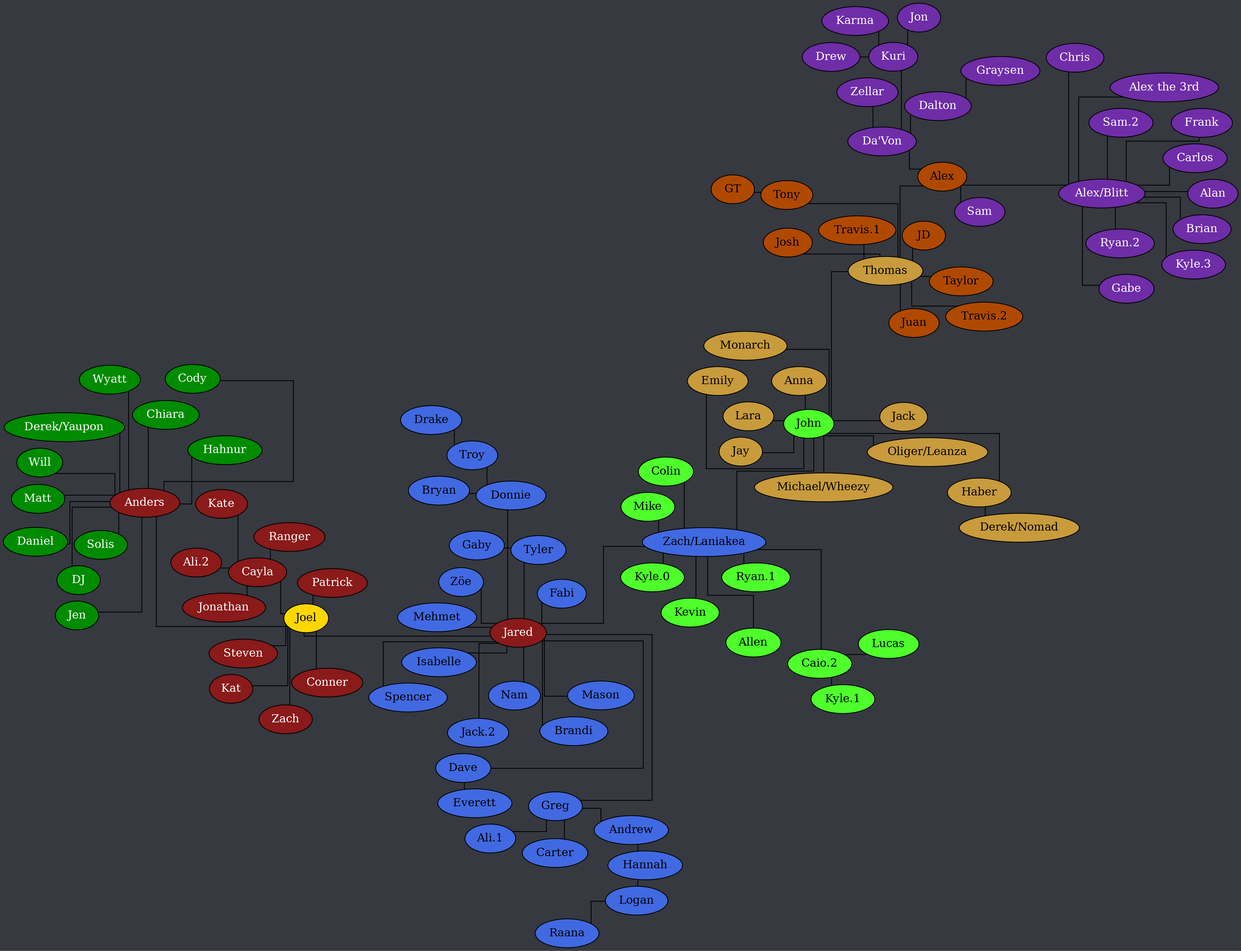
Earlier version of the Graphviz export tree.png (Documidas/CoronaCatzFamilyTree). Its source is kept beside it as tree.dot.
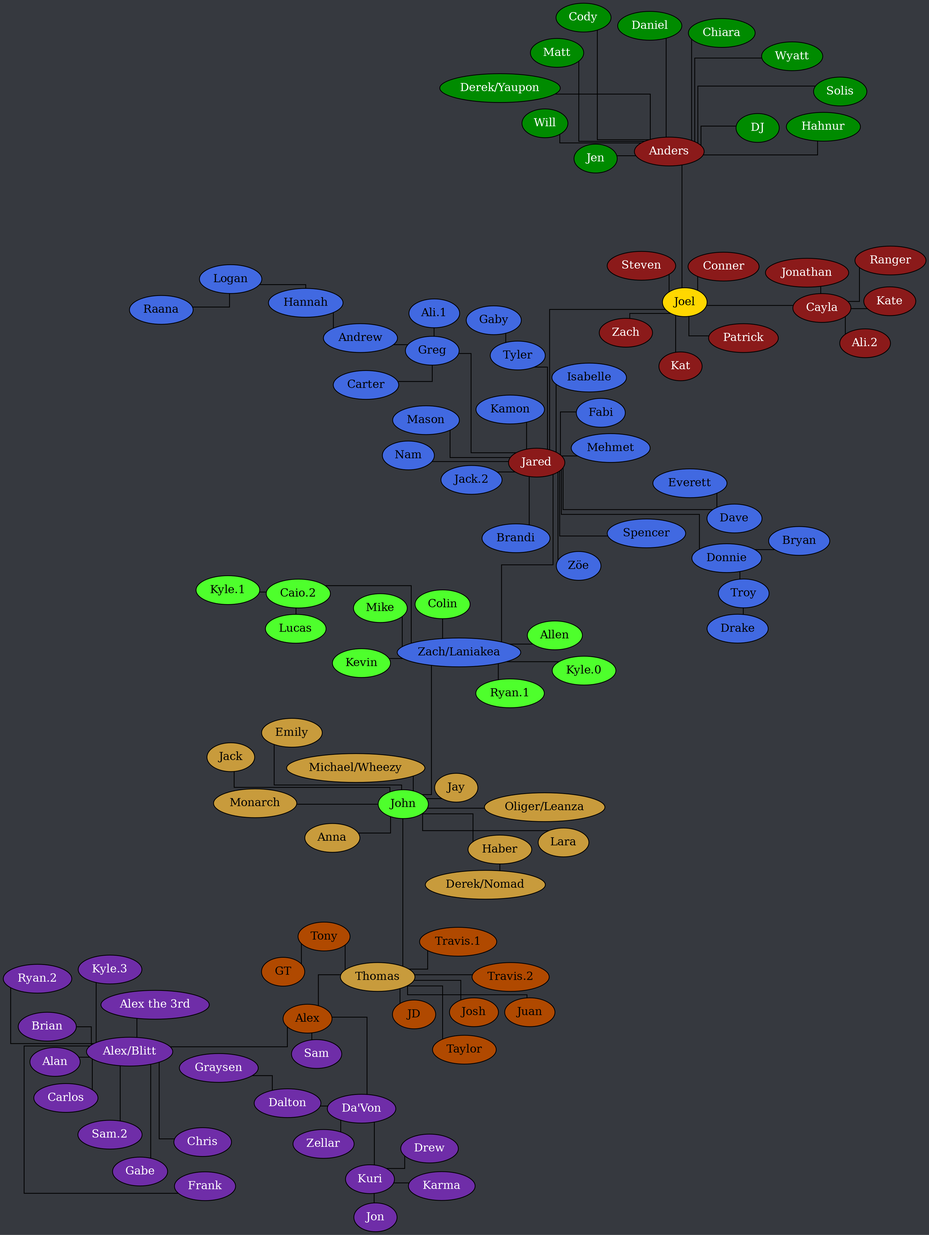
After the change.

Diff of the diagram source:
```diff
@@ -61,13 +61,14 @@
 		Jared -- Donnie;
 		Jared -- Fabi;
 		Jared -- "Jack.2";
-		Jared -- Tyler;
+		Jared -- Kamon;
 		Jared -- Greg;
 		Jared -- Isabelle;
 		Jared -- Mason;
 		Jared -- Mehmet;
 		Jared -- Nam;
 		Jared -- Spencer;
+		Jared -- Tyler;
 		Jared -- "Zach/Laniakea";
 		Jared -- "Zöe";
 		Logan -- Raana;
```
